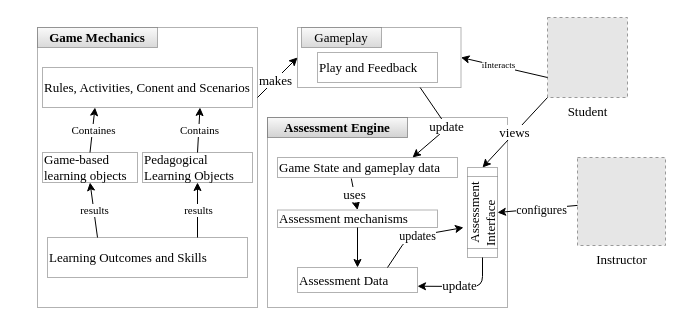
This is page "LASGD" (4 of 6) of TheModel.drawio from Kibolabs/Diagrams, a draw.io file, before an edit. Source tidied: cells renumbered, new cells numbered last; positions are measured from the earlier drawing's top-left corner, leaving out a move shared by most shapes. Both pictures are drawn from the tidied source at 100%, with x=0, y=0 at pixel (37, 17). Pictures stored in the file or linked from it are replaced by grey dashed boxes.
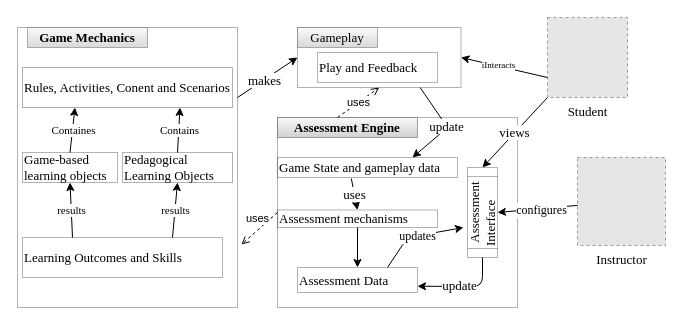
The same diagram, later.

Unchanged cells that the change refers to:
```xml
<mxCell id="2" style="rounded=0;whiteSpace=wrap;html=1;fontSize=13;strokeWidth=1;fillColor=none;align=left;opacity=30;fontFamily=Times New Roman;" parent="1" vertex="1">
  <mxGeometry x="260" y="10" width="163.5" height="60" as="geometry" />
</mxCell>
```

What changed in the source:
```diff
@@
     <mxCell id="3" style="rounded=0;whiteSpace=wrap;html=1;fontSize=13;strokeWidth=1;fillColor=none;align=left;opacity=30;fontFamily=Times New Roman;" parent="1" vertex="1">
-      <mxGeometry x="230" y="100" width="240" height="190" as="geometry" />
+      <mxGeometry x="240" y="100" width="240" height="190" as="geometry" />
     </mxCell>
     <mxCell id="4" style="rounded=0;whiteSpace=wrap;html=1;fontSize=13;strokeWidth=1;align=left;opacity=30;fillColor=none;fontFamily=Times New Roman;" parent="1" vertex="1">
-      <mxGeometry y="10" width="220" height="280" as="geometry" />
+      <mxGeometry x="-20" y="10" width="220" height="280" as="geometry" />
     </mxCell>
     <mxCell id="5" value="Game Mechanics" style="text;html=1;align=center;verticalAlign=middle;whiteSpace=wrap;rounded=0;fontSize=13;opacity=50;fontStyle=1;strokeColor=#666666;fontFamily=Times New Roman;fillColor=#f5f5f5;gradientColor=#b3b3b3;" parent="1" vertex="1">
-      <mxGeometry y="10" width="120" height="20" as="geometry" />
+      <mxGeometry x="-10" y="10" width="120" height="20" as="geometry" />
     </mxCell>
     <mxCell id="6" value="Rules, Activities, Conent and Scenarios" style="rounded=0;whiteSpace=wrap;html=1;fontSize=13;strokeWidth=1;fillColor=none;align=left;opacity=30;fontFamily=Times New Roman;" parent="1" vertex="1">
-      <mxGeometry x="5" y="50" width="210" height="40" as="geometry" />
+      <mxGeometry x="-15" y="50" width="210" height="40" as="geometry" />
     </mxCell>
     <mxCell id="7" value="Game-based learning objects" style="rounded=0;whiteSpace=wrap;html=1;fontSize=13;strokeWidth=1;fillColor=none;align=left;opacity=30;fontFamily=Times New Roman;" parent="1" vertex="1">
-      <mxGeometry x="5" y="135" width="95" height="30" as="geometry" />
+      <mxGeometry x="-15" y="135" width="95" height="30" as="geometry" />
     </mxCell>
     <mxCell id="8" value="Pedagogical Learning Objects" style="rounded=0;whiteSpace=wrap;html=1;fontSize=13;strokeWidth=1;fillColor=none;align=left;opacity=30;fontFamily=Times New Roman;" parent="1" vertex="1">
-      <mxGeometry x="105" y="135" width="110" height="30" as="geometry" />
+      <mxGeometry x="85" y="135" width="110" height="30" as="geometry" />
     </mxCell>
     <mxCell id="9" value="Learning Outcomes and Skills" style="rounded=0;whiteSpace=wrap;html=1;fontSize=13;strokeWidth=1;fillColor=none;align=left;opacity=30;fontFamily=Times New Roman;" parent="1" vertex="1">
-      <mxGeometry x="10" y="220" width="200" height="40" as="geometry" />
+      <mxGeometry x="-15" y="220" width="200" height="40" as="geometry" />
     </mxCell>
@@
     <mxCell id="27" value="Gameplay" style="text;html=1;align=center;verticalAlign=middle;whiteSpace=wrap;rounded=0;fontSize=13;opacity=50;rotation=0;strokeColor=#666666;fontFamily=Times New Roman;fillColor=#f5f5f5;gradientColor=#b3b3b3;" parent="1" vertex="1">
-      <mxGeometry x="264" y="10" width="80" height="20" as="geometry" />
+      <mxGeometry x="260" y="10" width="80" height="20" as="geometry" />
     </mxCell>
@@
     <mxCell id="39" value="Assessment Engine" style="text;html=1;align=center;verticalAlign=middle;whiteSpace=wrap;rounded=0;fontSize=13;opacity=60;fontStyle=1;strokeColor=#666666;fontFamily=Times New Roman;gradientColor=#b3b3b3;fillColor=#f5f5f5;" parent="1" vertex="1">
-      <mxGeometry x="230" y="100" width="140" height="20" as="geometry" />
+      <mxGeometry x="240" y="100" width="140" height="20" as="geometry" />
     </mxCell>
@@
+    <mxCell id="41" value="uses" style="endArrow=open;html=1;dashed=1;entryX=0.5;entryY=1;entryDx=0;entryDy=0;exitX=0.25;exitY=0;exitDx=0;exitDy=0;endFill=0;" parent="1" edge="1" source="3" target="2">
+      <mxGeometry relative="1" as="geometry" />
+    </mxCell>
+    <mxCell id="42" style="endArrow=open;html=1;dashed=1;entryX=1.018;entryY=0.775;entryDx=0;entryDy=0;exitX=0;exitY=0.5;exitDx=0;exitDy=0;entryPerimeter=0;endFill=0;" parent="1" edge="1" source="3" target="4">
+      <mxGeometry relative="1" as="geometry" />
+    </mxCell>
+    <mxCell id="43" value="uses" style="edgeLabel;html=1;align=center;verticalAlign=middle;" parent="42" vertex="1">
+      <mxGeometry x="0.18" relative="1" as="geometry">
+        <mxPoint y="-13" as="offset" />
+      </mxGeometry>
+    </mxCell>
```
